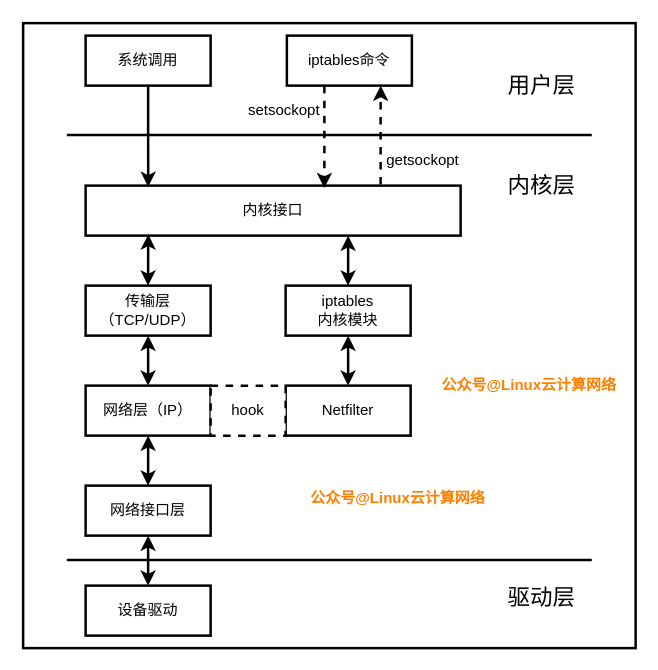
The draw.io diagram iptablesnetfilter.drawio in ctimbai/draw.io, before the edit. Source tidied: cells renumbered, new cells numbered last; positions are measured from the earlier drawing's top-left corner, leaving out a move shared by most shapes. Both pictures are drawn from the tidied source at 125%, with x=0, y=0 at pixel (22, 22).
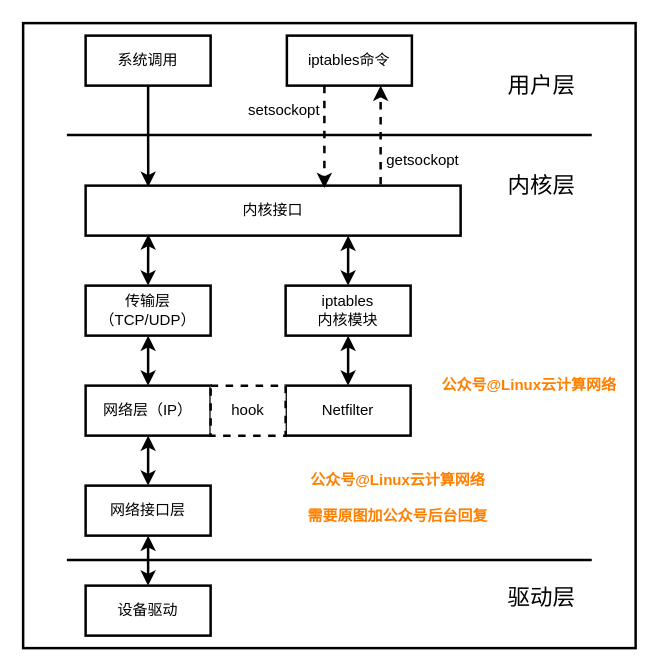
The same page after the edit.

What changed in the source:
```diff
@@
-    <mxCell id="30" value="&lt;font color=&quot;#ff8000&quot;&gt;&lt;b&gt;公众号@Linux云计算网络&lt;/b&gt;&lt;/font&gt;" style="text;html=1;strokeColor=none;fillColor=none;align=center;verticalAlign=middle;whiteSpace=wrap;rounded=0;shadow=0;glass=0;comic=0;" parent="1" vertex="1">
+    <mxCell id="30" value="&lt;font color=&quot;#ff8000&quot;&gt;&lt;b&gt;公众号@Linux云计算网络&lt;br&gt;&lt;br&gt;需要原图加公众号后台回复&lt;br&gt;&lt;/b&gt;&lt;/font&gt;" style="text;html=1;strokeColor=none;fillColor=none;align=center;verticalAlign=middle;whiteSpace=wrap;rounded=0;shadow=0;glass=0;comic=0;" parent="1" vertex="1">
       <mxGeometry x="225" y="370" width="150" height="20" as="geometry" />
     </mxCell>
```
